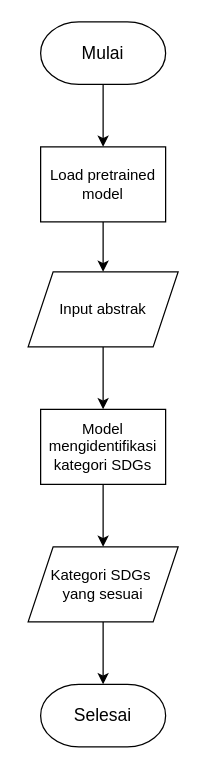
meisyareptiana/design_database keeps this draw.io diagram as Inferensi Model.drawio. Above is the earlier version. Source tidied: cells renumbered, new cells numbered last; positions are measured from the earlier drawing's top-left corner, leaving out a move shared by most shapes. Both pictures are drawn from the tidied source at 125%, with x=0, y=0 at pixel (28, 21).
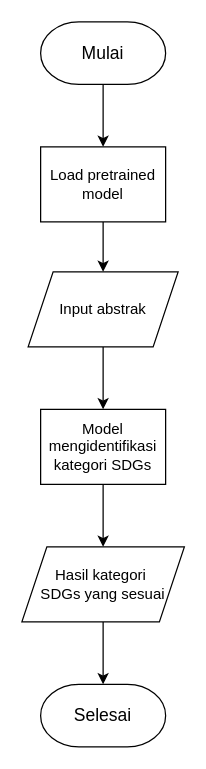
The same page after the edit.

Change to the diagram source:
```diff
@@
 <mxGraphModel>
   <root>
     <mxCell id="0" />
     <mxCell id="1" parent="0" />
     <mxCell id="2" style="edgeStyle=orthogonalEdgeStyle;rounded=0;jettySize=auto;html=1;" parent="1" edge="1" source="3" target="5">
       <mxGeometry relative="1" as="geometry" />
     </mxCell>
     <mxCell id="3" value="Mulai" style="html=1;shape=mxgraph.flowchart.terminator;whiteSpace=wrap;fontSize=14;" parent="1" vertex="1">
       <mxGeometry x="10" width="100" height="50" as="geometry" />
     </mxCell>
     <mxCell id="4" style="edgeStyle=orthogonalEdgeStyle;rounded=0;jettySize=auto;html=1;" parent="1" edge="1" source="5" target="9">
       <mxGeometry relative="1" as="geometry" />
     </mxCell>
     <mxCell id="5" value="Load pretrained model" style="rounded=0;whiteSpace=wrap;html=1;" parent="1" vertex="1">
       <mxGeometry x="10" y="100" width="100" height="60" as="geometry" />
     </mxCell>
     <mxCell id="6" style="edgeStyle=orthogonalEdgeStyle;rounded=0;jettySize=auto;html=1;" parent="1" edge="1" source="7" target="11">
       <mxGeometry relative="1" as="geometry" />
     </mxCell>
     <mxCell id="7" value="Model mengidentifikasi kategori SDGs" style="rounded=0;whiteSpace=wrap;html=1;" parent="1" vertex="1">
       <mxGeometry x="10" y="310" width="100" height="60" as="geometry" />
     </mxCell>
     <mxCell id="8" style="edgeStyle=orthogonalEdgeStyle;rounded=0;jettySize=auto;html=1;" parent="1" edge="1" source="9" target="7">
       <mxGeometry relative="1" as="geometry" />
     </mxCell>
     <mxCell id="9" value="Input abstrak" style="shape=parallelogram;perimeter=parallelogramPerimeter;whiteSpace=wrap;html=1;fixedSize=1;" parent="1" vertex="1">
       <mxGeometry y="200" width="120" height="60" as="geometry" />
     </mxCell>
     <mxCell id="10" style="edgeStyle=orthogonalEdgeStyle;rounded=0;jettySize=auto;html=1;" parent="1" edge="1" source="11" target="12">
       <mxGeometry relative="1" as="geometry" />
     </mxCell>
-    <mxCell id="11" value="Kategori SDGs&amp;nbsp;&lt;div&gt;yang sesuai&lt;/div&gt;" style="shape=parallelogram;perimeter=parallelogramPerimeter;whiteSpace=wrap;html=1;fixedSize=1;" parent="1" vertex="1">
-      <mxGeometry y="420" width="120" height="60" as="geometry" />
+    <mxCell id="11" value="Hasil kategori&amp;nbsp;&lt;div&gt;SDGs yang sesuai&lt;/div&gt;" style="shape=parallelogram;perimeter=parallelogramPerimeter;whiteSpace=wrap;html=1;fixedSize=1;" parent="1" vertex="1">
+      <mxGeometry x="-5" y="420" width="130" height="60" as="geometry" />
     </mxCell>
     <mxCell id="12" value="Selesai" style="html=1;shape=mxgraph.flowchart.terminator;whiteSpace=wrap;fontSize=14;" parent="1" vertex="1">
       <mxGeometry x="10" y="530" width="100" height="50" as="geometry" />
     </mxCell>
   </root>
 </mxGraphModel>
```
